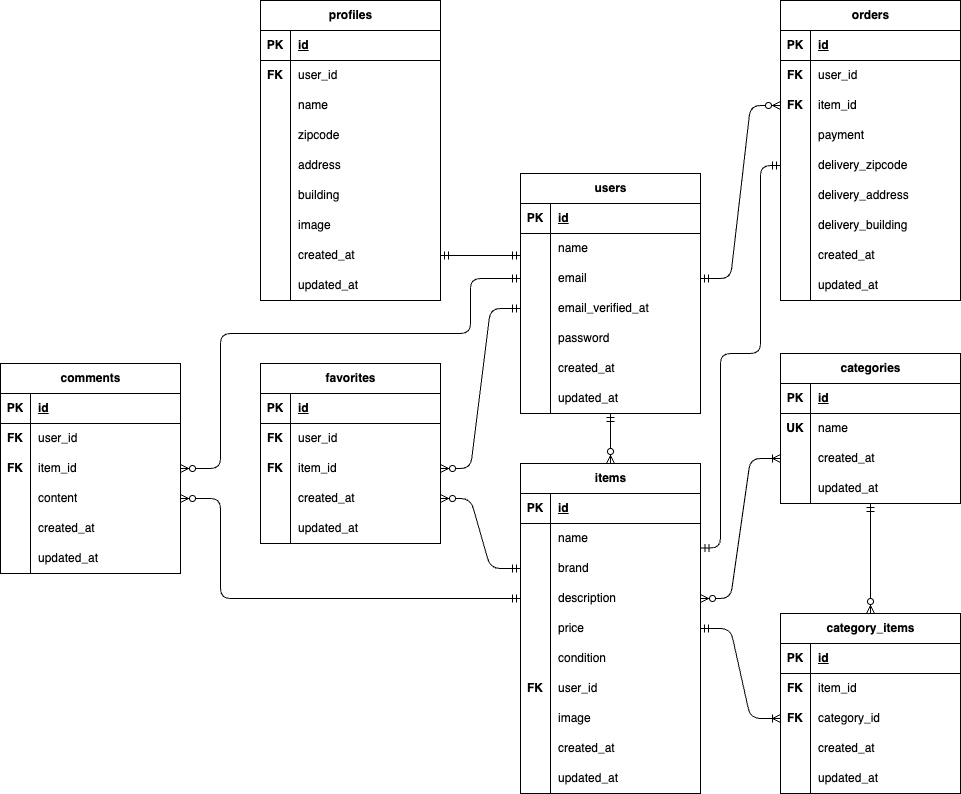
Above: src/flema.drawio.png in aika-nag/coachtechflema (draw.io), before the change. Source tidied: cells renumbered, new cells last; positions are measured from the earlier drawing's top-left corner, leaving out a move shared by most shapes.
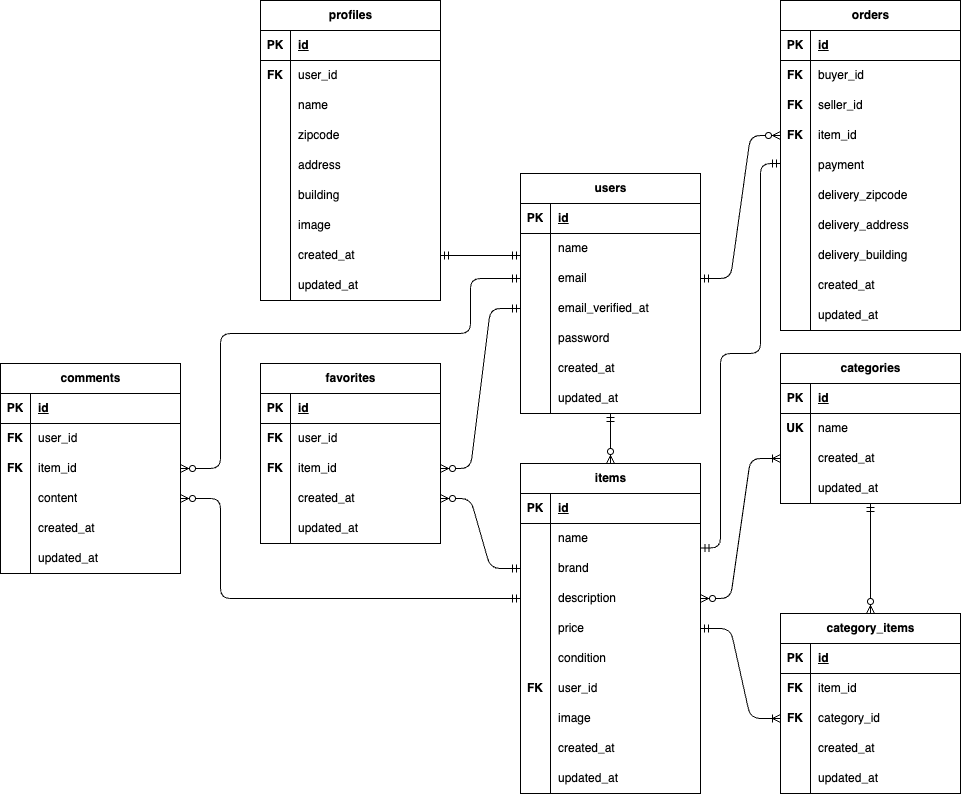
After the change.

Diff of the diagram source:
```diff
@@ -390,7 +390,7 @@
       <mxGeometry x="30" width="150" height="30" as="geometry" />
     </mxCell>
     <mxCell id="131" value="orders" style="shape=table;startSize=30;rowLines=0;fontStyle=1;align=center;html=1;" parent="1" vertex="1">
-      <mxGeometry x="780" width="180" height="300" as="geometry" />
+      <mxGeometry x="780" width="180" height="330" as="geometry" />
     </mxCell>
     <mxCell id="132" style="shape=tableRow;horizontal=0;startSize=0;swimlaneHead=0;swimlaneBody=0;fillColor=none;top=0;left=0;right=0;bottom=1;" parent="131" vertex="1">
       <mxGeometry y="30" width="180" height="30" as="geometry" />
@@ -407,11 +407,20 @@
     <mxCell id="136" value="&lt;b&gt;FK&lt;/b&gt;" style="shape=partialRectangle;fillColor=none;top=0;left=0;bottom=0;right=0;overflow=hidden;whiteSpace=wrap;html=1;" parent="135" vertex="1">
       <mxGeometry width="30" height="30" as="geometry" />
     </mxCell>
-    <mxCell id="137" value="user_id" style="shape=partialRectangle;fillColor=none;top=0;left=0;bottom=0;right=0;align=left;spacingLeft=6;overflow=hidden;whiteSpace=wrap;html=1;" parent="135" vertex="1">
+    <mxCell id="137" value="buyer_id" style="shape=partialRectangle;fillColor=none;top=0;left=0;bottom=0;right=0;align=left;spacingLeft=6;overflow=hidden;whiteSpace=wrap;html=1;" parent="135" vertex="1">
       <mxGeometry x="30" width="150" height="30" as="geometry" />
     </mxCell>
+    <mxCell id="186" style="shape=tableRow;horizontal=0;startSize=0;swimlaneHead=0;swimlaneBody=0;fillColor=none;top=0;left=0;right=0;bottom=0;" parent="131" vertex="1">
+      <mxGeometry y="90" width="180" height="30" as="geometry" />
+    </mxCell>
+    <mxCell id="187" value="&lt;b&gt;FK&lt;/b&gt;" style="shape=partialRectangle;fillColor=none;top=0;left=0;bottom=0;right=0;overflow=hidden;whiteSpace=wrap;html=1;" parent="186" vertex="1">
+      <mxGeometry width="30" height="30" as="geometry" />
+    </mxCell>
+    <mxCell id="188" value="seller_id" style="shape=partialRectangle;fillColor=none;top=0;left=0;bottom=0;right=0;align=left;spacingLeft=6;overflow=hidden;whiteSpace=wrap;html=1;" parent="186" vertex="1">
+      <mxGeometry x="30" width="150" height="30" as="geometry" />
+    </mxCell>
     <mxCell id="138" style="shape=tableRow;horizontal=0;startSize=0;swimlaneHead=0;swimlaneBody=0;fillColor=none;points=[[0,0.5],[1,0.5]];portConstraint=eastwest;top=0;left=0;right=0;bottom=0;" parent="131" vertex="1">
-      <mxGeometry y="90" width="180" height="30" as="geometry" />
+      <mxGeometry y="120" width="180" height="30" as="geometry" />
     </mxCell>
     <mxCell id="139" value="&lt;b&gt;FK&lt;/b&gt;" style="shape=partialRectangle;fillColor=none;top=0;left=0;bottom=0;right=0;overflow=hidden;whiteSpace=wrap;html=1;" parent="138" vertex="1">
       <mxGeometry width="30" height="30" as="geometry" />
@@ -420,7 +429,7 @@
       <mxGeometry x="30" width="150" height="30" as="geometry" />
     </mxCell>
     <mxCell id="141" style="shape=tableRow;horizontal=0;startSize=0;swimlaneHead=0;swimlaneBody=0;fillColor=none;top=0;left=0;right=0;bottom=0;" parent="131" vertex="1">
-      <mxGeometry y="120" width="180" height="30" as="geometry" />
+      <mxGeometry y="150" width="180" height="30" as="geometry" />
     </mxCell>
     <mxCell id="142" style="shape=partialRectangle;fillColor=none;top=0;left=0;bottom=0;right=0;overflow=hidden;whiteSpace=wrap;html=1;" parent="141" vertex="1">
       <mxGeometry width="30" height="30" as="geometry" />
@@ -429,7 +438,7 @@
       <mxGeometry x="30" width="150" height="30" as="geometry" />
     </mxCell>
     <mxCell id="144" style="shape=tableRow;horizontal=0;startSize=0;swimlaneHead=0;swimlaneBody=0;fillColor=none;points=[[0,0.5],[1,0.5]];portConstraint=eastwest;top=0;left=0;right=0;bottom=0;" parent="131" vertex="1">
-      <mxGeometry y="150" width="180" height="30" as="geometry" />
+      <mxGeometry y="180" width="180" height="30" as="geometry" />
     </mxCell>
     <mxCell id="145" style="shape=partialRectangle;fillColor=none;top=0;left=0;bottom=0;right=0;overflow=hidden;whiteSpace=wrap;html=1;" parent="144" vertex="1">
       <mxGeometry width="30" height="30" as="geometry" />
@@ -438,7 +447,7 @@
       <mxGeometry x="30" width="150" height="30" as="geometry" />
     </mxCell>
     <mxCell id="147" style="shape=tableRow;horizontal=0;startSize=0;swimlaneHead=0;swimlaneBody=0;fillColor=none;top=0;left=0;right=0;bottom=0;" parent="131" vertex="1">
-      <mxGeometry y="180" width="180" height="30" as="geometry" />
+      <mxGeometry y="210" width="180" height="30" as="geometry" />
     </mxCell>
     <mxCell id="148" style="shape=partialRectangle;fillColor=none;top=0;left=0;bottom=0;right=0;overflow=hidden;whiteSpace=wrap;html=1;" parent="147" vertex="1">
       <mxGeometry width="30" height="30" as="geometry" />
@@ -447,7 +456,7 @@
       <mxGeometry x="30" width="150" height="30" as="geometry" />
     </mxCell>
     <mxCell id="150" style="shape=tableRow;horizontal=0;startSize=0;swimlaneHead=0;swimlaneBody=0;fillColor=none;top=0;left=0;right=0;bottom=0;" parent="131" vertex="1">
-      <mxGeometry y="210" width="180" height="30" as="geometry" />
+      <mxGeometry y="240" width="180" height="30" as="geometry" />
     </mxCell>
     <mxCell id="151" style="shape=partialRectangle;fillColor=none;top=0;left=0;bottom=0;right=0;overflow=hidden;whiteSpace=wrap;html=1;" parent="150" vertex="1">
       <mxGeometry width="30" height="30" as="geometry" />
@@ -456,7 +465,7 @@
       <mxGeometry x="30" width="150" height="30" as="geometry" />
     </mxCell>
     <mxCell id="153" style="shape=tableRow;horizontal=0;startSize=0;swimlaneHead=0;swimlaneBody=0;fillColor=none;top=0;left=0;right=0;bottom=0;" parent="131" vertex="1">
-      <mxGeometry y="240" width="180" height="30" as="geometry" />
+      <mxGeometry y="270" width="180" height="30" as="geometry" />
     </mxCell>
     <mxCell id="154" style="shape=partialRectangle;fillColor=none;top=0;left=0;bottom=0;right=0;overflow=hidden;whiteSpace=wrap;html=1;" parent="153" vertex="1">
       <mxGeometry width="30" height="30" as="geometry" />
@@ -465,7 +474,7 @@
       <mxGeometry x="30" width="150" height="30" as="geometry" />
     </mxCell>
     <mxCell id="156" style="shape=tableRow;horizontal=0;startSize=0;swimlaneHead=0;swimlaneBody=0;fillColor=none;top=0;left=0;right=0;bottom=0;" parent="131" vertex="1">
-      <mxGeometry y="270" width="180" height="30" as="geometry" />
+      <mxGeometry y="300" width="180" height="30" as="geometry" />
     </mxCell>
     <mxCell id="157" style="shape=partialRectangle;fillColor=none;top=0;left=0;bottom=0;right=0;overflow=hidden;whiteSpace=wrap;html=1;" parent="156" vertex="1">
       <mxGeometry width="30" height="30" as="geometry" />
@@ -564,13 +573,15 @@
     <mxCell id="182" style="edgeStyle=entityRelationEdgeStyle;fontSize=12;html=1;endArrow=ERzeroToMany;startArrow=ERmandOne;exitX=1;exitY=0.5;exitDx=0;exitDy=0;entryX=0;entryY=0.5;entryDx=0;entryDy=0;" parent="1" edge="1" source="9" target="138">
       <mxGeometry relative="1" as="geometry" />
     </mxCell>
-    <mxCell id="183" style="edgeStyle=orthogonalEdgeStyle;fontSize=12;html=1;endArrow=ERmandOne;startArrow=ERmandOne;exitX=1.003;exitY=0.817;exitDx=0;exitDy=0;exitPerimeter=0;entryX=0;entryY=0.5;entryDx=0;entryDy=0;" parent="1" edge="1" source="28" target="144">
+    <mxCell id="183" style="edgeStyle=orthogonalEdgeStyle;fontSize=12;html=1;endArrow=ERmandOne;startArrow=ERmandOne;exitX=1.003;exitY=0.817;exitDx=0;exitDy=0;exitPerimeter=0;" parent="1" edge="1" source="28">
       <mxGeometry relative="1" as="geometry">
+        <mxPoint x="780" y="163" as="targetPoint" />
         <Array as="points">
           <mxPoint x="720" y="548" />
           <mxPoint x="720" y="353" />
           <mxPoint x="760" y="353" />
-          <mxPoint x="760" y="165" />
+          <mxPoint x="760" y="163" />
+          <mxPoint x="780" y="163" />
         </Array>
       </mxGeometry>
     </mxCell>
```
